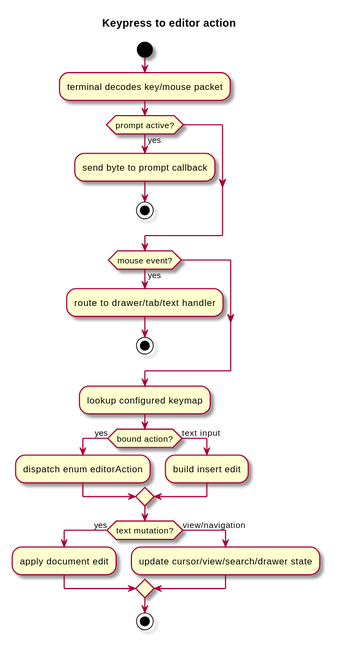
kokkoniemi/rotide keeps this PlantUML diagram as docs/diagrams/svg/action-dispatch.svg. Above is the earlier version. Its source is kept beside it as docs/diagrams/src/action-dispatch.puml.
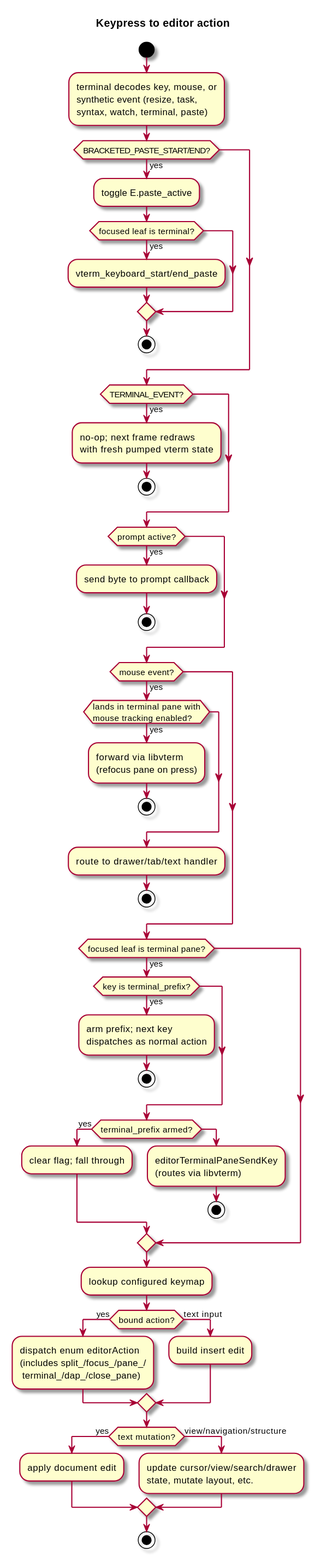
The same diagram one commit later.

What changed in the source:
```diff
@@ -4,25 +4,61 @@
 title Keypress to editor action
 
 start
-:terminal decodes key/mouse packet;
+:terminal decodes key, mouse, or
+synthetic event (resize, task,
+syntax, watch, terminal, paste);
+if (BRACKETED_PASTE_START/END?) then (yes)
+	:toggle E.paste_active;
+	if (focused leaf is terminal?) then (yes)
+		:vterm_keyboard_start/end_paste;
+	endif
+	stop
+endif
+if (TERMINAL_EVENT?) then (yes)
+	:no-op; next frame redraws
+	with fresh pumped vterm state;
+	stop
+endif
 if (prompt active?) then (yes)
 	:send byte to prompt callback;
 	stop
 endif
 if (mouse event?) then (yes)
+	if (lands in terminal pane with\nmouse tracking enabled?) then (yes)
+		:forward via libvterm
+		(refocus pane on press);
+		stop
+	endif
 	:route to drawer/tab/text handler;
 	stop
 endif
+if (focused leaf is terminal pane?) then (yes)
+	if (key is terminal_prefix?) then (yes)
+		:arm prefix; next key
+		dispatches as normal action;
+		stop
+	endif
+	if (terminal_prefix armed?) then (yes)
+		:clear flag; fall through;
+	else
+		:editorTerminalPaneSendKey
+		(routes via libvterm);
+		stop
+	endif
+endif
 :lookup configured keymap;
 if (bound action?) then (yes)
-	:dispatch enum editorAction;
+	:dispatch enum editorAction
+	(includes split_/focus_/pane_/
+	 terminal_/dap_/close_pane);
 else (text input)
 	:build insert edit;
 endif
 if (text mutation?) then (yes)
 	:apply document edit;
-else (view/navigation)
-	:update cursor/view/search/drawer state;
+else (view/navigation/structure)
+	:update cursor/view/search/drawer
+	state, mutate layout, etc.;
 endif
 stop
 
```
